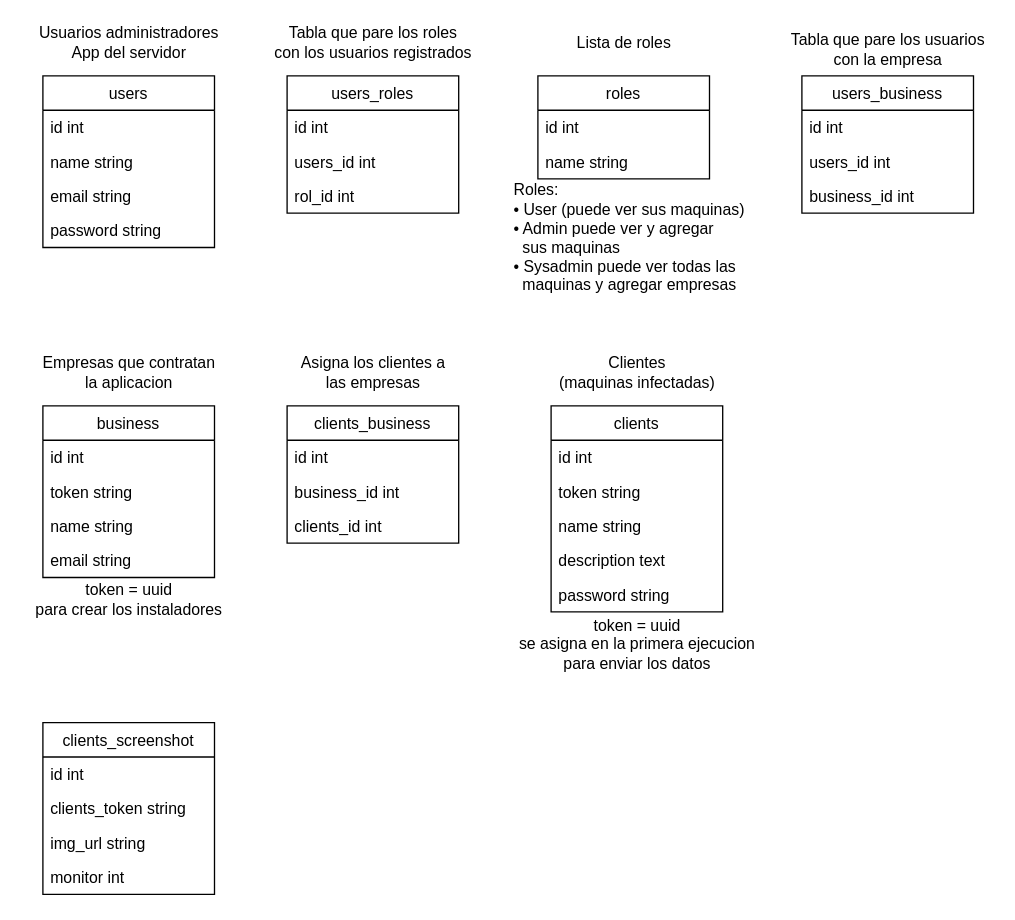
TaielMartinez/Control_App-v2 keeps this draw.io diagram as control app DB driagram.drawio. Above is the earlier version. Source tidied: cells renumbered, new cells numbered last; positions are measured from the earlier drawing's top-left corner, leaving out a move shared by most shapes. Both pictures are drawn from the tidied source at 132%, with x=0, y=0 at pixel (22, 22).
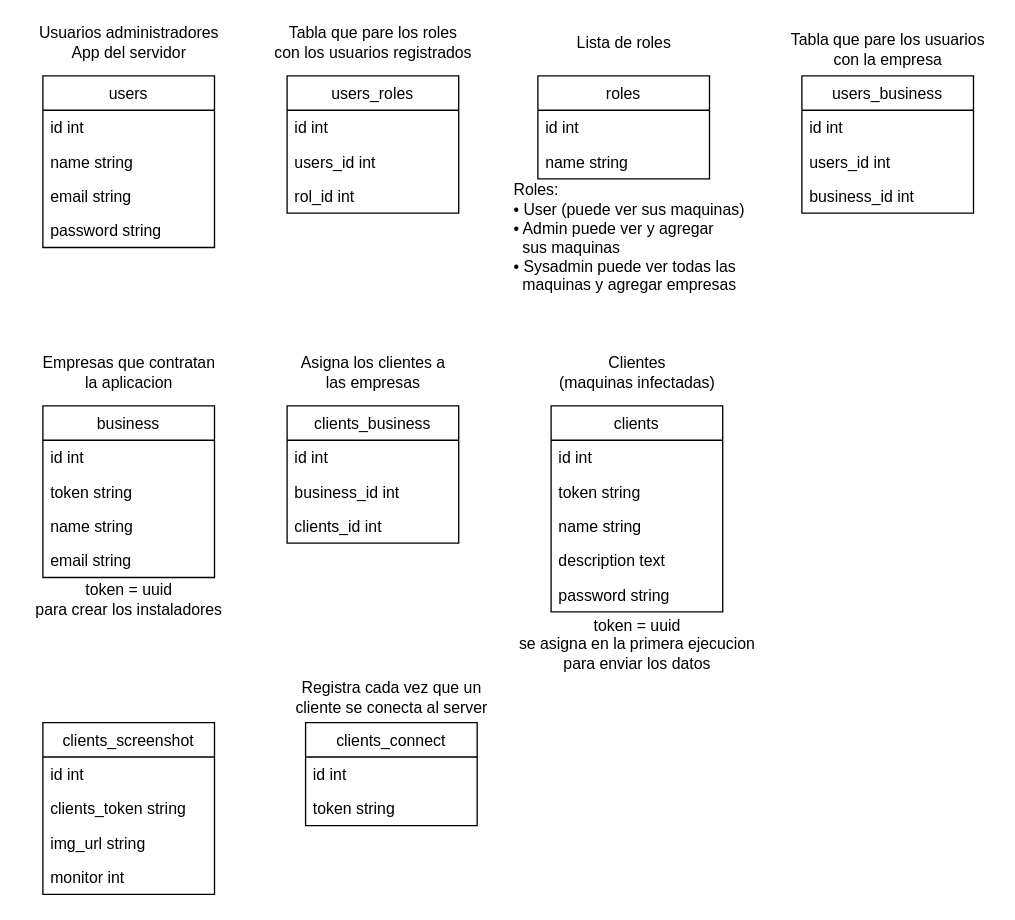
After the change.

Change to the diagram source:
```diff
@@
+    <mxCell id="48" value="clients_connect" style="swimlane;fontStyle=0;horizontal=1;startSize=26;fillColor=none;" parent="1" vertex="1">
+      <mxGeometry x="214" y="530" width="130" height="78" as="geometry" />
+    </mxCell>
+    <mxCell id="49" value="id int" style="text;strokeColor=none;fillColor=none;align=left;verticalAlign=top;spacingLeft=4;spacingRight=4;overflow=hidden;" parent="48" vertex="1">
+      <mxGeometry y="26" width="130" height="26" as="geometry" />
+    </mxCell>
+    <mxCell id="50" value="token string" style="text;strokeColor=none;fillColor=none;align=left;verticalAlign=top;spacingLeft=4;spacingRight=4;overflow=hidden;" parent="48" vertex="1">
+      <mxGeometry y="52" width="130" height="26" as="geometry" />
+    </mxCell>
+    <mxCell id="51" value="Registra cada vez que un&lt;br&gt;cliente se conecta al server" style="text;html=1;align=center;verticalAlign=middle;" parent="1" vertex="1">
+      <mxGeometry x="199" y="496" width="160" height="30" as="geometry" />
+    </mxCell>
```
